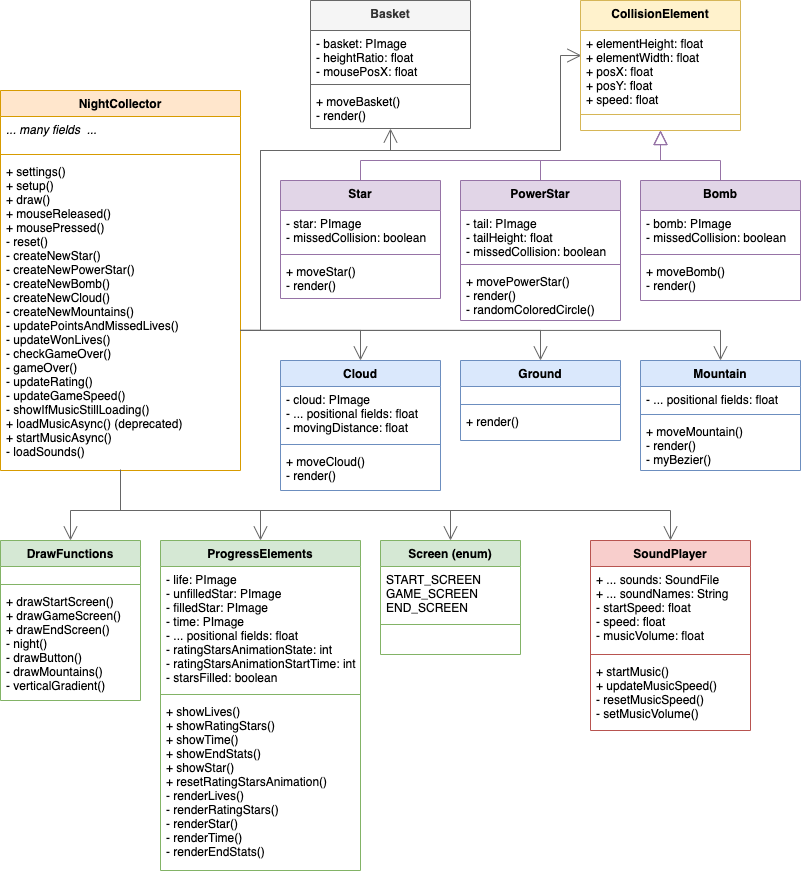
Before: docs/Class-diagram-Night-Collector.png, a diagram exported from draw.io (LouisaRe/NightCollector). Source tidied: cells renumbered, new cells last; positions are measured from the earlier drawing's top-left corner, leaving out a move shared by most shapes.
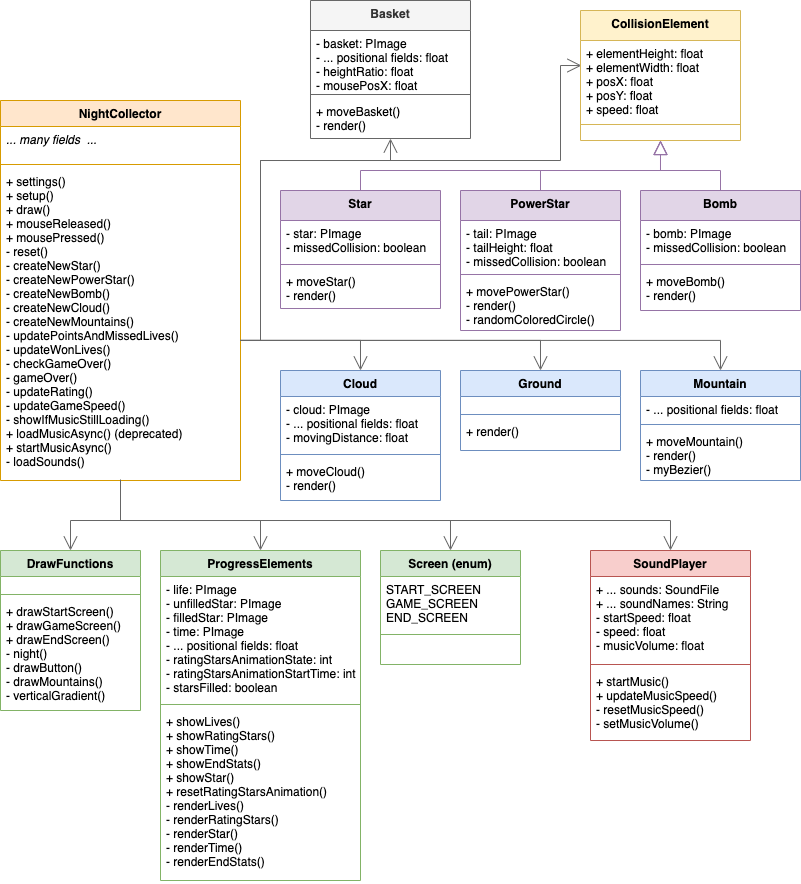
The same file after the commit.

Diff of the diagram source:
```diff
@@ -62,16 +62,16 @@
       <mxGeometry y="118" width="160" height="12" as="geometry" />
     </mxCell>
     <mxCell id="19" value="Basket" style="swimlane;fontStyle=1;align=center;verticalAlign=top;horizontal=1;startSize=30;fillColor=#f5f5f5;strokeColor=#666666;fontColor=#333333;" parent="1" vertex="1">
-      <mxGeometry x="310" width="160" height="128" as="geometry" />
+      <mxGeometry x="310" y="-10" width="160" height="138" as="geometry" />
     </mxCell>
-    <mxCell id="20" value="- basket: PImage&#10;- heightRatio: float&#10;- mousePosX: float" style="text;strokeColor=none;fillColor=none;align=left;verticalAlign=top;spacingLeft=4;spacingRight=4;overflow=hidden;" parent="19" vertex="1">
-      <mxGeometry y="30" width="160" height="50" as="geometry" />
+    <mxCell id="20" value="- basket: PImage&#10;- ... positional fields: float&#10;- heightRatio: float&#10;- mousePosX: float" style="text;strokeColor=none;fillColor=none;align=left;verticalAlign=top;spacingLeft=4;spacingRight=4;overflow=hidden;" parent="19" vertex="1">
+      <mxGeometry y="30" width="160" height="60" as="geometry" />
     </mxCell>
     <mxCell id="21" style="line;strokeWidth=1;fillColor=#f5f5f5;align=left;verticalAlign=middle;spacingTop=-1;spacingLeft=3;spacingRight=3;labelPosition=right;strokeColor=#666666;fontColor=#333333;" parent="19" vertex="1">
-      <mxGeometry y="80" width="160" height="8" as="geometry" />
+      <mxGeometry y="90" width="160" height="8" as="geometry" />
     </mxCell>
     <mxCell id="22" value="+ moveBasket()&#10;- render() " style="text;strokeColor=none;fillColor=none;align=left;verticalAlign=top;spacingLeft=4;spacingRight=4;overflow=hidden;" parent="19" vertex="1">
-      <mxGeometry y="88" width="160" height="40" as="geometry" />
+      <mxGeometry y="98" width="160" height="40" as="geometry" />
     </mxCell>
     <mxCell id="23" value="Star" style="swimlane;fontStyle=1;align=center;verticalAlign=top;horizontal=1;startSize=30;fillColor=#e1d5e7;strokeColor=#9673a6;" parent="1" vertex="1">
       <mxGeometry x="280" y="180" width="160" height="118" as="geometry" />
```
